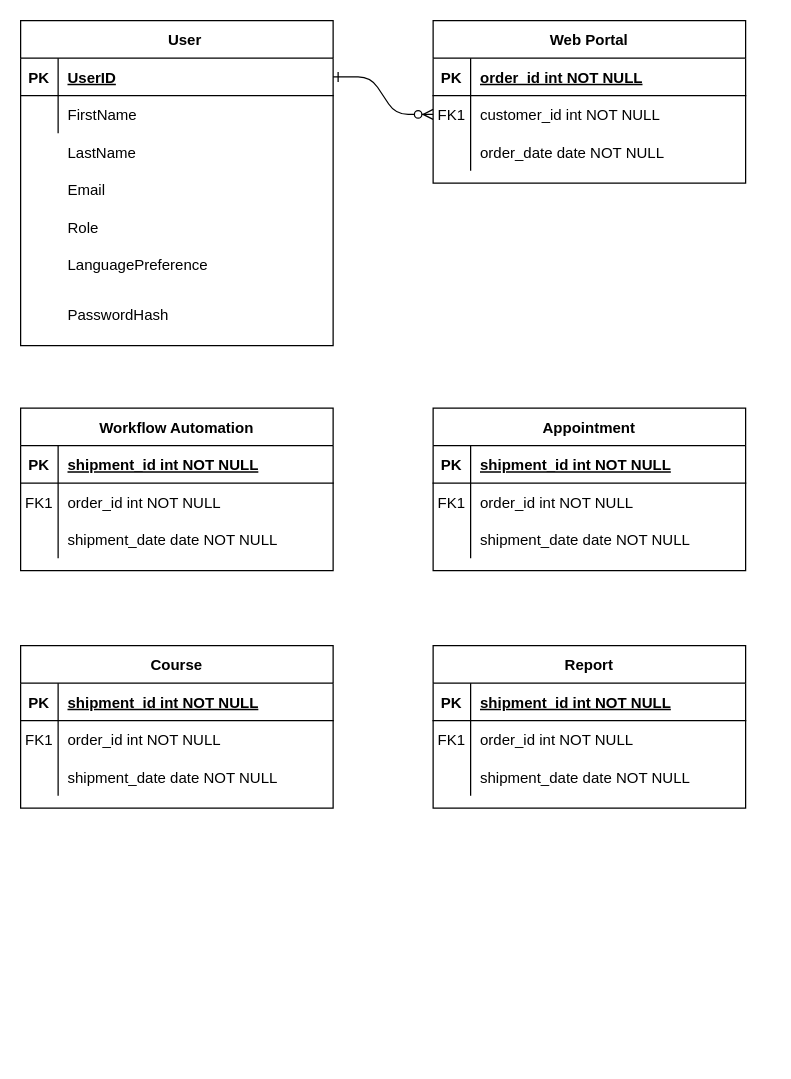
Earlier version of the draw.io diagram I belong.drawio (nataleletizia/ibelong). Source tidied: cells renumbered, new cells numbered last; positions are measured from the earlier drawing's top-left corner, leaving out a move shared by most shapes. Both pictures are drawn from the tidied source at 125%, with x=0, y=0 at pixel (20, 20).
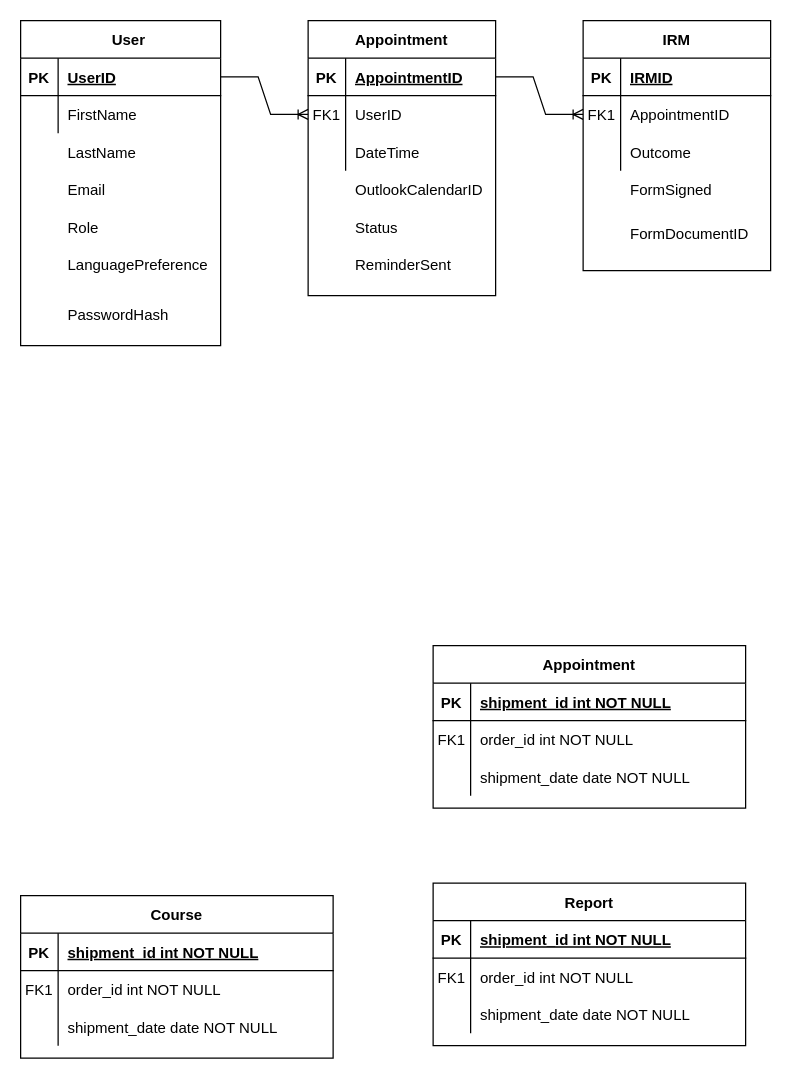
The same page after the edit.

What changed in the source:
```diff
@@
-    <mxCell id="2" style="edgeStyle=entityRelationEdgeStyle;endArrow=ERzeroToMany;startArrow=ERone;endFill=1;startFill=0;" parent="1" edge="1" source="24" target="7">
-      <mxGeometry relative="1" as="geometry" />
-    </mxCell>
-    <mxCell id="3" value="Web Portal" style="shape=table;startSize=30;childLayout=tableLayout;rowLines=0;fontStyle=1;align=center;" parent="1" vertex="1">
-      <mxGeometry x="330" width="250" height="130" as="geometry" />
+    <mxCell id="3" value="Appointment" style="shape=table;startSize=30;childLayout=tableLayout;rowLines=0;fontStyle=1;align=center;" parent="1" vertex="1">
+      <mxGeometry x="230" width="150" height="220" as="geometry" />
     </mxCell>
     <mxCell id="4" style="shape=partialRectangle;fillColor=none;points=[[0,0.5],[1,0.5]];portConstraint=eastwest;top=0;left=0;right=0;bottom=1;" parent="3" vertex="1">
-      <mxGeometry y="30" width="250" height="30" as="geometry" />
+      <mxGeometry y="30" width="150" height="30" as="geometry" />
     </mxCell>
@@
-    <mxCell id="6" value="order_id int NOT NULL " style="shape=partialRectangle;overflow=hidden;fillColor=none;top=0;left=0;bottom=0;right=0;align=left;spacingLeft=6;fontStyle=5;" parent="4" vertex="1">
-      <mxGeometry x="30" width="220" height="30" as="geometry" />
+    <mxCell id="6" value="AppointmentID" style="shape=partialRectangle;overflow=hidden;fillColor=none;top=0;left=0;bottom=0;right=0;align=left;spacingLeft=6;fontStyle=5;" parent="4" vertex="1">
+      <mxGeometry x="30" width="120" height="30" as="geometry" />
     </mxCell>
     <mxCell id="7" style="shape=partialRectangle;fillColor=none;points=[[0,0.5],[1,0.5]];portConstraint=eastwest;top=0;left=0;right=0;bottom=0;" parent="3" vertex="1">
-      <mxGeometry y="60" width="250" height="30" as="geometry" />
+      <mxGeometry y="60" width="150" height="30" as="geometry" />
     </mxCell>
@@
-    <mxCell id="9" value="customer_id int NOT NULL" style="shape=partialRectangle;overflow=hidden;fillColor=none;top=0;left=0;bottom=0;right=0;align=left;spacingLeft=6;" parent="7" vertex="1">
-      <mxGeometry x="30" width="220" height="30" as="geometry" />
+    <mxCell id="9" value="UserID" style="shape=partialRectangle;overflow=hidden;fillColor=none;top=0;left=0;bottom=0;right=0;align=left;spacingLeft=6;" parent="7" vertex="1">
+      <mxGeometry x="30" width="120" height="30" as="geometry" />
     </mxCell>
     <mxCell id="10" style="shape=partialRectangle;fillColor=none;top=0;left=0;right=0;bottom=0;" parent="3" vertex="1">
-      <mxGeometry y="90" width="250" height="30" as="geometry" />
+      <mxGeometry y="90" width="150" height="30" as="geometry" />
     </mxCell>
@@
-    <mxCell id="12" value="order_date date NOT NULL" style="shape=partialRectangle;overflow=hidden;fillColor=none;top=0;left=0;bottom=0;right=0;align=left;spacingLeft=6;" parent="10" vertex="1">
-      <mxGeometry x="30" width="220" height="30" as="geometry" />
+    <mxCell id="12" value="DateTime" style="shape=partialRectangle;overflow=hidden;fillColor=none;top=0;left=0;bottom=0;right=0;align=left;spacingLeft=6;" parent="10" vertex="1">
+      <mxGeometry x="30" width="120" height="30" as="geometry" />
     </mxCell>
-    <mxCell id="13" value="Workflow Automation" style="shape=table;startSize=30;childLayout=tableLayout;rowLines=0;fontStyle=1;align=center;" parent="1" vertex="1">
-      <mxGeometry y="310" width="250" height="130" as="geometry" />
+    <mxCell id="13" value="IRM" style="shape=table;startSize=30;childLayout=tableLayout;rowLines=0;fontStyle=1;align=center;" parent="1" vertex="1">
+      <mxGeometry x="450" width="150" height="200" as="geometry" />
     </mxCell>
     <mxCell id="14" style="shape=partialRectangle;fillColor=none;top=0;left=0;right=0;bottom=1;" parent="13" vertex="1">
-      <mxGeometry y="30" width="250" height="30" as="geometry" />
+      <mxGeometry y="30" width="150" height="30" as="geometry" />
     </mxCell>
@@
-    <mxCell id="16" value="shipment_id int NOT NULL " style="shape=partialRectangle;overflow=hidden;fillColor=none;top=0;left=0;bottom=0;right=0;align=left;spacingLeft=6;fontStyle=5;" parent="14" vertex="1">
-      <mxGeometry x="30" width="220" height="30" as="geometry" />
+    <mxCell id="16" value="IRMID" style="shape=partialRectangle;overflow=hidden;fillColor=none;top=0;left=0;bottom=0;right=0;align=left;spacingLeft=6;fontStyle=5;" parent="14" vertex="1">
+      <mxGeometry x="30" width="120" height="30" as="geometry" />
     </mxCell>
     <mxCell id="17" style="shape=partialRectangle;fillColor=none;points=[[0,0.5],[1,0.5]];portConstraint=eastwest;top=0;left=0;right=0;bottom=0;" parent="13" vertex="1">
-      <mxGeometry y="60" width="250" height="30" as="geometry" />
+      <mxGeometry y="60" width="150" height="30" as="geometry" />
     </mxCell>
@@
-    <mxCell id="19" value="order_id int NOT NULL" style="shape=partialRectangle;overflow=hidden;fillColor=none;top=0;left=0;bottom=0;right=0;align=left;spacingLeft=6;" parent="17" vertex="1">
-      <mxGeometry x="30" width="220" height="30" as="geometry" />
+    <mxCell id="19" value="AppointmentID" style="shape=partialRectangle;overflow=hidden;fillColor=none;top=0;left=0;bottom=0;right=0;align=left;spacingLeft=6;" parent="17" vertex="1">
+      <mxGeometry x="30" width="120" height="30" as="geometry" />
     </mxCell>
     <mxCell id="20" style="shape=partialRectangle;fillColor=none;top=0;left=0;right=0;bottom=0;" parent="13" vertex="1">
-      <mxGeometry y="90" width="250" height="30" as="geometry" />
+      <mxGeometry y="90" width="150" height="30" as="geometry" />
     </mxCell>
@@
-    <mxCell id="22" value="shipment_date date NOT NULL" style="shape=partialRectangle;overflow=hidden;fillColor=none;top=0;left=0;bottom=0;right=0;align=left;spacingLeft=6;" parent="20" vertex="1">
-      <mxGeometry x="30" width="220" height="30" as="geometry" />
+    <mxCell id="22" value="Outcome" style="shape=partialRectangle;overflow=hidden;fillColor=none;top=0;left=0;bottom=0;right=0;align=left;spacingLeft=6;" parent="20" vertex="1">
+      <mxGeometry x="30" width="120" height="30" as="geometry" />
     </mxCell>
     <mxCell id="23" value="    User" style="shape=table;startSize=30;childLayout=tableLayout;rowLines=0;fontStyle=1;align=center;" parent="1" vertex="1">
-      <mxGeometry width="250" height="260" as="geometry" />
+      <mxGeometry width="160" height="260" as="geometry" />
     </mxCell>
     <mxCell id="24" style="shape=partialRectangle;fillColor=none;points=[[0,0.5],[1,0.5]];portConstraint=eastwest;top=0;left=0;right=0;bottom=1;" parent="23" vertex="1">
-      <mxGeometry y="30" width="250" height="30" as="geometry" />
+      <mxGeometry y="30" width="160" height="30" as="geometry" />
     </mxCell>
@@
     <mxCell id="26" value="UserID" style="shape=partialRectangle;overflow=hidden;fillColor=none;top=0;left=0;bottom=0;right=0;align=left;spacingLeft=6;fontStyle=5;" parent="24" vertex="1">
-      <mxGeometry x="30" width="220" height="30" as="geometry" />
+      <mxGeometry x="30" width="130" height="30" as="geometry" />
     </mxCell>
     <mxCell id="27" style="shape=partialRectangle;fillColor=none;top=0;left=0;right=0;bottom=0;" parent="23" vertex="1">
-      <mxGeometry y="60" width="250" height="30" as="geometry" />
+      <mxGeometry y="60" width="160" height="30" as="geometry" />
     </mxCell>
@@
     <mxCell id="29" value="FirstName" style="shape=partialRectangle;overflow=hidden;fillColor=none;top=0;left=0;bottom=0;right=0;align=left;spacingLeft=6;" parent="27" vertex="1">
-      <mxGeometry x="30" width="220" height="30" as="geometry" />
+      <mxGeometry x="30" width="130" height="30" as="geometry" />
     </mxCell>
     <mxCell id="30" value="Appointment" style="shape=table;startSize=30;childLayout=tableLayout;rowLines=0;fontStyle=1;align=center;" parent="1" vertex="1">
-      <mxGeometry x="330" y="310" width="250" height="130" as="geometry" />
+      <mxGeometry x="330" y="500" width="250" height="130" as="geometry" />
     </mxCell>
@@
     <mxCell id="40" value="Course" style="shape=table;startSize=30;childLayout=tableLayout;rowLines=0;fontStyle=1;align=center;" parent="1" vertex="1">
-      <mxGeometry y="500" width="250" height="130" as="geometry" />
+      <mxGeometry y="700" width="250" height="130" as="geometry" />
     </mxCell>
@@
     <mxCell id="50" value="Report" style="shape=table;startSize=30;childLayout=tableLayout;rowLines=0;fontStyle=1;align=center;" parent="1" vertex="1">
-      <mxGeometry x="330" y="500" width="250" height="130" as="geometry" />
+      <mxGeometry x="330" y="690" width="250" height="130" as="geometry" />
     </mxCell>
@@
     <mxCell id="60" value="LastName" style="shape=partialRectangle;overflow=hidden;fillColor=none;top=0;left=0;bottom=0;right=0;align=left;spacingLeft=6;" parent="1" vertex="1">
-      <mxGeometry x="30" y="90" width="220" height="30" as="geometry" />
+      <mxGeometry x="30" y="90" width="130" height="30" as="geometry" />
     </mxCell>
     <mxCell id="61" value="Email" style="shape=partialRectangle;overflow=hidden;fillColor=none;top=0;left=0;bottom=0;right=0;align=left;spacingLeft=6;" parent="1" vertex="1">
-      <mxGeometry x="30" y="120" width="220" height="30" as="geometry" />
+      <mxGeometry x="30" y="120" width="120" height="30" as="geometry" />
     </mxCell>
     <mxCell id="62" value="Role" style="shape=partialRectangle;overflow=hidden;fillColor=none;top=0;left=0;bottom=0;right=0;align=left;spacingLeft=6;" parent="1" vertex="1">
-      <mxGeometry x="30" y="150" width="220" height="30" as="geometry" />
+      <mxGeometry x="30" y="150" width="120" height="30" as="geometry" />
     </mxCell>
     <mxCell id="63" value="LanguagePreference" style="shape=partialRectangle;overflow=hidden;fillColor=none;top=0;left=0;bottom=0;right=0;align=left;spacingLeft=6;" parent="1" vertex="1">
-      <mxGeometry x="30" y="180" width="220" height="30" as="geometry" />
+      <mxGeometry x="30" y="180" width="120" height="30" as="geometry" />
     </mxCell>
     <mxCell id="64" value="PasswordHash" style="shape=partialRectangle;overflow=hidden;fillColor=none;top=0;left=0;bottom=0;right=0;align=left;spacingLeft=6;" parent="1" vertex="1">
-      <mxGeometry x="30" y="220" width="220" height="30" as="geometry" />
+      <mxGeometry x="30" y="220" width="120" height="30" as="geometry" />
     </mxCell>
+    <mxCell id="65" value="OutlookCalendarID" style="shape=partialRectangle;overflow=hidden;fillColor=none;top=0;left=0;bottom=0;right=0;align=left;spacingLeft=6;" parent="1" vertex="1">
+      <mxGeometry x="260" y="120" width="110" height="30" as="geometry" />
+    </mxCell>
+    <mxCell id="66" value="Status" style="shape=partialRectangle;overflow=hidden;fillColor=none;top=0;left=0;bottom=0;right=0;align=left;spacingLeft=6;" parent="1" vertex="1">
+      <mxGeometry x="260" y="150" width="120" height="30" as="geometry" />
+    </mxCell>
+    <mxCell id="67" value="ReminderSent" style="shape=partialRectangle;overflow=hidden;fillColor=none;top=0;left=0;bottom=0;right=0;align=left;spacingLeft=6;" parent="1" vertex="1">
+      <mxGeometry x="260" y="180" width="110" height="30" as="geometry" />
+    </mxCell>
+    <mxCell id="68" value="FormSigned" style="shape=partialRectangle;overflow=hidden;fillColor=none;top=0;left=0;bottom=0;right=0;align=left;spacingLeft=6;" parent="1" vertex="1">
+      <mxGeometry x="480" y="120" width="120" height="30" as="geometry" />
+    </mxCell>
+    <mxCell id="69" value="FormDocumentID" style="shape=partialRectangle;overflow=hidden;fillColor=none;top=0;left=0;bottom=0;right=0;align=left;spacingLeft=6;" parent="1" vertex="1">
+      <mxGeometry x="480" y="155" width="120" height="30" as="geometry" />
+    </mxCell>
+    <mxCell id="2" style="edgeStyle=entityRelationEdgeStyle;fontSize=12;html=1;endArrow=ERoneToMany;rounded=0;exitX=1;exitY=0.5;exitDx=0;exitDy=0;entryX=0;entryY=0.5;entryDx=0;entryDy=0;" parent="1" edge="1" source="24" target="7">
+      <mxGeometry relative="1" as="geometry" />
+    </mxCell>
+    <mxCell id="70" style="edgeStyle=entityRelationEdgeStyle;fontSize=12;html=1;endArrow=ERoneToMany;rounded=0;entryX=0;entryY=0.5;entryDx=0;entryDy=0;exitX=1;exitY=0.5;exitDx=0;exitDy=0;" parent="1" edge="1" source="4" target="17">
+      <mxGeometry relative="1" as="geometry" />
+    </mxCell>
```
